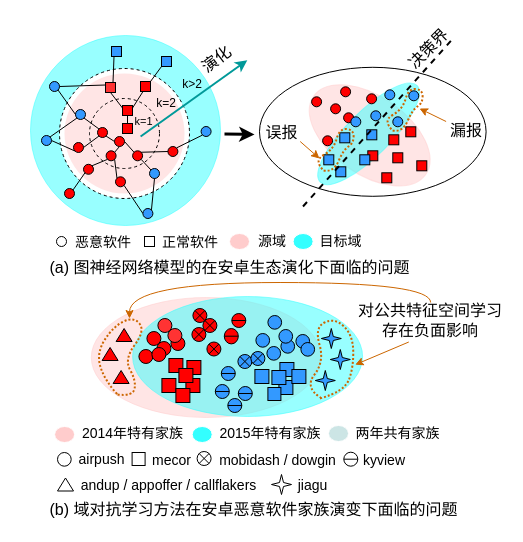
Above: importance_weight_schema.drawio in sunray42/diagrams (draw.io), before the change. Source tidied: cells renumbered, new cells numbered last; positions are measured from the earlier drawing's top-left corner, leaving out a move shared by most shapes. Both pictures are drawn from the tidied source at 100%, with x=0, y=0 at pixel (17, 33).
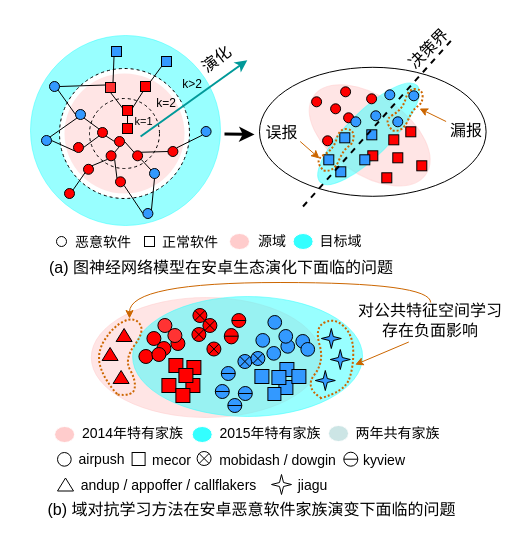
The same diagram, later.

Diff of the diagram source:
```diff
@@
-    <mxCell id="65" value="&lt;font style=&quot;font-size: 16px;&quot;&gt;(a) 图神经网络模型的在安卓生态演化下面临的问题&lt;/font&gt;" style="text;html=1;strokeColor=none;fillColor=none;align=center;verticalAlign=middle;whiteSpace=wrap;rounded=0;fontSize=14;" parent="1" vertex="1">
-      <mxGeometry y="219" width="425" height="30" as="geometry" />
+    <mxCell id="65" value="&lt;font style=&quot;font-size: 16px;&quot;&gt;(a) 图神经网络模型在安卓生态演化下面临的问题&lt;/font&gt;" style="text;html=1;strokeColor=none;fillColor=none;align=center;verticalAlign=middle;whiteSpace=wrap;rounded=0;fontSize=14;" parent="1" vertex="1">
+      <mxGeometry x="28" y="219" width="352" height="30" as="geometry" />
     </mxCell>
     <mxCell id="66" value="&lt;font style=&quot;font-size: 16px;&quot;&gt;(b) 域对抗学习方法在安卓恶意软件家族演变下面临的问题&lt;/font&gt;" style="text;html=1;strokeColor=none;fillColor=none;align=center;verticalAlign=middle;whiteSpace=wrap;rounded=0;fontSize=14;" parent="1" vertex="1">
-      <mxGeometry x="30" y="461" width="413.4" height="30" as="geometry" />
+      <mxGeometry x="28" y="461" width="413.4" height="30" as="geometry" />
     </mxCell>
```
